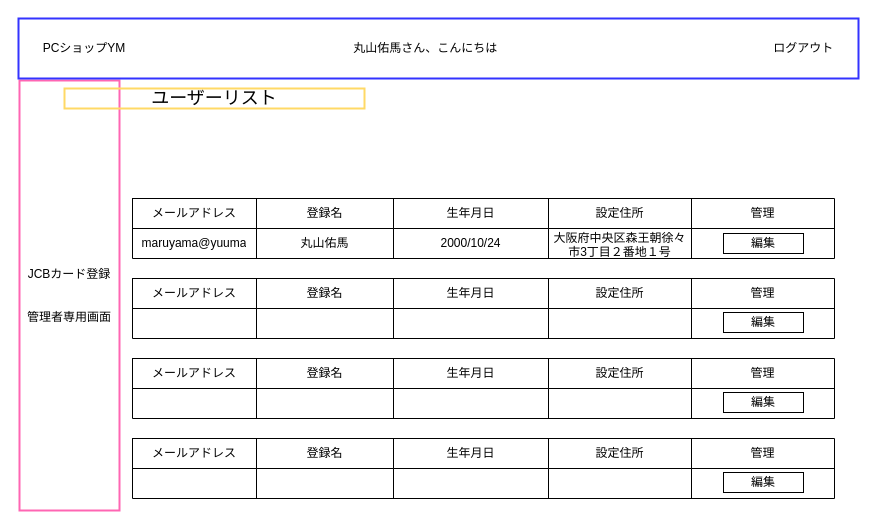
YumaMaruyama/ITworksTRYshopping keeps this draw.io diagram as page "ユーザーリスト" (12 of 24) of src/main/resources/templates/shopping/Untitled Diagram.drawio. Above is the earlier version. Source tidied: cells renumbered, new cells numbered last; positions are measured from the earlier drawing's top-left corner, leaving out a move shared by most shapes. Both pictures are drawn from the tidied source at 100%, with x=0, y=0 at pixel (18, 18).
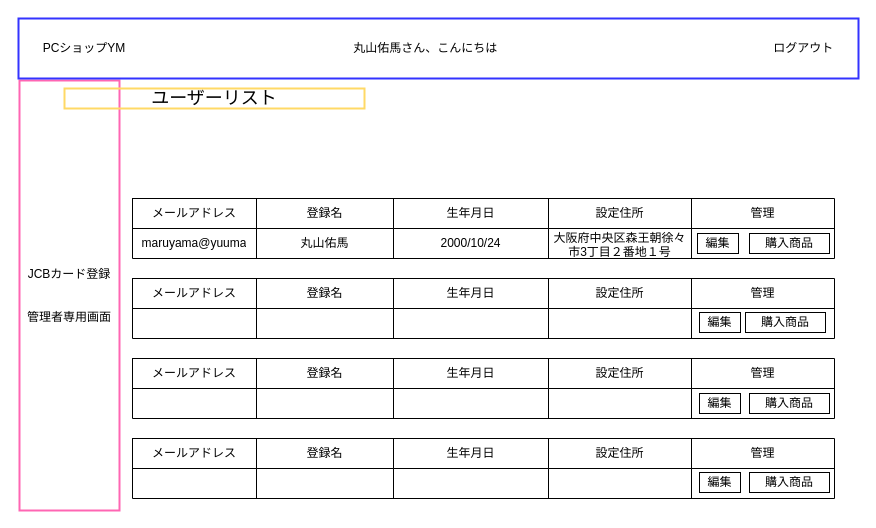
The same page after the edit.

Diff of the diagram source:
```diff
@@
     <mxCell id="57" value="編集" style="rounded=0;whiteSpace=wrap;html=1;" parent="1" vertex="1">
-      <mxGeometry x="705" y="215" width="80" height="20" as="geometry" />
+      <mxGeometry x="679" y="215" width="41" height="20" as="geometry" />
     </mxCell>
-    <mxCell id="58" value="編集" style="rounded=0;whiteSpace=wrap;html=1;" parent="1" vertex="1">
-      <mxGeometry x="705" y="294" width="80" height="20" as="geometry" />
+    <mxCell id="58" value="購入商品" style="rounded=0;whiteSpace=wrap;html=1;" parent="1" vertex="1">
+      <mxGeometry x="727" y="294" width="80" height="20" as="geometry" />
     </mxCell>
-    <mxCell id="59" value="編集" style="rounded=0;whiteSpace=wrap;html=1;" parent="1" vertex="1">
-      <mxGeometry x="705" y="374" width="80" height="20" as="geometry" />
-    </mxCell>
-    <mxCell id="60" value="編集" style="rounded=0;whiteSpace=wrap;html=1;" parent="1" vertex="1">
-      <mxGeometry x="705" y="454" width="80" height="20" as="geometry" />
-    </mxCell>
+    <mxCell id="61" value="編集" style="rounded=0;whiteSpace=wrap;html=1;" parent="1" vertex="1">
+      <mxGeometry x="681" y="454" width="41" height="20" as="geometry" />
+    </mxCell>
+    <mxCell id="62" value="編集" style="rounded=0;whiteSpace=wrap;html=1;" parent="1" vertex="1">
+      <mxGeometry x="681" y="375" width="41" height="20" as="geometry" />
+    </mxCell>
+    <mxCell id="63" value="編集" style="rounded=0;whiteSpace=wrap;html=1;" parent="1" vertex="1">
+      <mxGeometry x="681" y="294" width="41" height="20" as="geometry" />
+    </mxCell>
+    <mxCell id="64" value="購入商品" style="rounded=0;whiteSpace=wrap;html=1;" parent="1" vertex="1">
+      <mxGeometry x="731" y="375" width="80" height="20" as="geometry" />
+    </mxCell>
+    <mxCell id="65" value="購入商品" style="rounded=0;whiteSpace=wrap;html=1;" parent="1" vertex="1">
+      <mxGeometry x="731" y="454" width="80" height="20" as="geometry" />
+    </mxCell>
+    <mxCell id="66" value="購入商品" style="rounded=0;whiteSpace=wrap;html=1;" parent="1" vertex="1">
+      <mxGeometry x="731" y="215" width="80" height="20" as="geometry" />
+    </mxCell>
```
